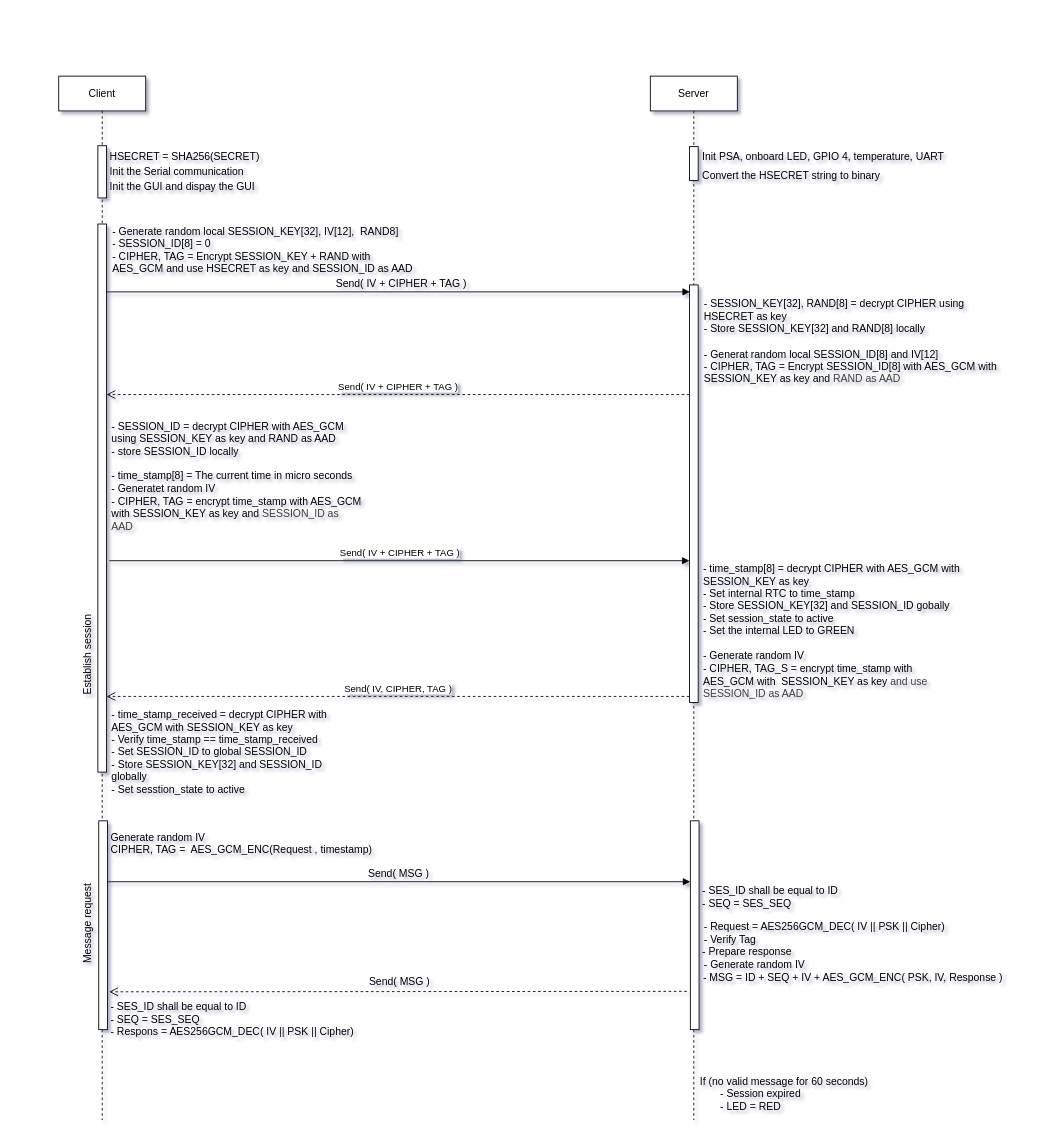
Above: documents/sequens_diagram.drawio in AlexanderKimfors/Exam_security (draw.io), before the change. Source tidied: cells renumbered, new cells numbered last; positions are measured from the earlier drawing's top-left corner, leaving out a move shared by most shapes. Both pictures are drawn from the tidied source at 87%, with x=0, y=0 at pixel (-342, 15).
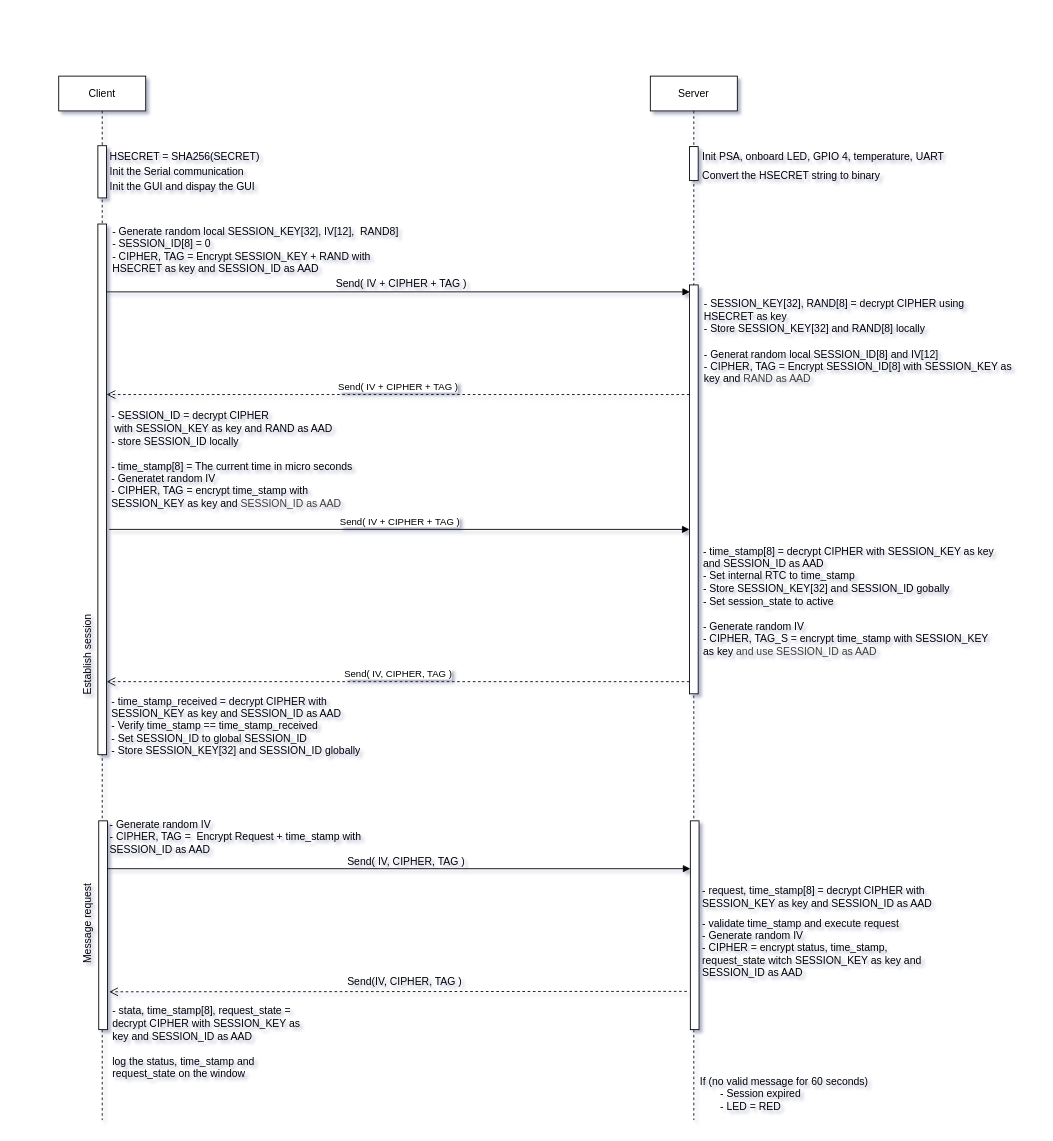
The same page after the edit.

The change refers to these unchanged cells:
```xml
<mxCell id="2" value="Client" style="shape=umlLifeline;perimeter=lifelinePerimeter;whiteSpace=wrap;html=1;newEdgeStyle={&quot;curved&quot;:0,&quot;rounded&quot;:0};" parent="1" vertex="1">
  <mxGeometry x="460" y="70" width="100" height="1200" as="geometry" />
</mxCell>
<mxCell id="6" value="Server" style="shape=umlLifeline;perimeter=lifelinePerimeter;whiteSpace=wrap;html=1;newEdgeStyle={&quot;curved&quot;:0,&quot;rounded&quot;:0};" parent="1" vertex="1">
  <mxGeometry x="1140" y="70" width="100" height="1200" as="geometry" />
</mxCell>
```

Diff of the diagram source:
```diff
@@
     <mxCell id="4" style="html=1;perimeter=orthogonalPerimeter;targetShapes=umlLifeline;newEdgeStyle={&quot;curved&quot;:0,&quot;rounded&quot;:0};" parent="2" vertex="1">
-      <mxGeometry x="45" y="170" width="10" height="630" as="geometry" />
+      <mxGeometry x="45" y="170" width="10" height="610" as="geometry" />
     </mxCell>
@@
     <mxCell id="7" style="html=1;perimeter=orthogonalPerimeter;targetShapes=umlLifeline;newEdgeStyle={&quot;curved&quot;:0,&quot;rounded&quot;:0};" parent="6" vertex="1">
-      <mxGeometry x="45" y="240" width="10" height="480" as="geometry" />
+      <mxGeometry x="45" y="240" width="10" height="470" as="geometry" />
     </mxCell>
@@
-    <mxCell id="17" value="Generate random IV&lt;div&gt;&lt;span style=&quot;color: rgb(0, 0, 0);&quot;&gt;CIPHER, TAG =&amp;nbsp; AES_GCM_ENC(Request , timestamp)&lt;/span&gt;&lt;/div&gt;&lt;div&gt;&lt;span style=&quot;color: rgb(0, 0, 0);&quot;&gt;&lt;br&gt;&lt;/span&gt;&lt;/div&gt;" style="text;html=1;align=left;verticalAlign=middle;whiteSpace=wrap;rounded=0;" parent="1" vertex="1">
-      <mxGeometry x="518" y="920" width="312" height="80" as="geometry" />
+    <mxCell id="17" value="- Generate random IV&lt;div&gt;&lt;span style=&quot;color: rgb(0, 0, 0);&quot;&gt;- CIPHER, TAG =&amp;nbsp; Encrypt Request + time_stamp with&amp;nbsp; SESSION_ID as AAD&lt;/span&gt;&lt;/div&gt;&lt;div&gt;&lt;span style=&quot;color: rgb(0, 0, 0);&quot;&gt;&lt;br&gt;&lt;/span&gt;&lt;/div&gt;" style="text;html=1;align=left;verticalAlign=middle;whiteSpace=wrap;rounded=0;" parent="1" vertex="1">
+      <mxGeometry x="517" y="927" width="312" height="50" as="geometry" />
     </mxCell>
     <mxCell id="18" style="html=1;verticalAlign=bottom;endArrow=block;curved=0;rounded=0;exitX=1;exitY=0;exitDx=0;exitDy=5;exitPerimeter=0;" parent="1" edge="1">
       <mxGeometry x="-0.03" y="7" relative="1" as="geometry">
-        <mxPoint x="516" y="996" as="sourcePoint" />
-        <mxPoint x="1186" y="996" as="targetPoint" />
+        <mxPoint x="516" y="981" as="sourcePoint" />
+        <mxPoint x="1186" y="981" as="targetPoint" />
       </mxGeometry>
     </mxCell>
-    <mxCell id="19" value="- Request = AES256GCM_DEC( IV || PSK || Cipher)" style="text;html=1;align=left;verticalAlign=middle;whiteSpace=wrap;rounded=0;" parent="1" vertex="1">
-      <mxGeometry x="1200" y="1038" width="292" height="20" as="geometry" />
-    </mxCell>
-    <mxCell id="20" value="&lt;div&gt;- SES_ID shall be equal to ID&lt;/div&gt;&lt;div&gt;- SEQ = SES_SEQ&lt;/div&gt;" style="text;html=1;align=left;verticalAlign=middle;whiteSpace=wrap;rounded=0;" parent="1" vertex="1">
-      <mxGeometry x="1198" y="989" width="263" height="50" as="geometry" />
+    <mxCell id="20" value="&lt;div&gt;- request, time_stamp[8] = decrypt CIPHER with SESSION_KEY as key and SESSION_ID as AAD&lt;/div&gt;" style="text;html=1;align=left;verticalAlign=middle;whiteSpace=wrap;rounded=0;" parent="1" vertex="1">
+      <mxGeometry x="1198" y="989" width="292" height="50" as="geometry" />
     </mxCell>
-    <mxCell id="21" value="- Generate random IV" style="text;html=1;align=left;verticalAlign=middle;whiteSpace=wrap;rounded=0;" parent="1" vertex="1">
-      <mxGeometry x="1200" y="1082" width="131" height="20" as="geometry" />
-    </mxCell>
@@
-    <mxCell id="26" value="Send( MSG )" style="text;html=1;align=left;verticalAlign=middle;whiteSpace=wrap;rounded=0;" parent="1" vertex="1">
-      <mxGeometry x="814" y="977" width="74" height="20" as="geometry" />
+    <mxCell id="26" value="Send( IV, CIPHER, TAG )" style="text;html=1;align=left;verticalAlign=middle;whiteSpace=wrap;rounded=0;" parent="1" vertex="1">
+      <mxGeometry x="790" y="963" width="140" height="20" as="geometry" />
     </mxCell>
-    <mxCell id="27" value="Send( MSG )" style="text;html=1;align=left;verticalAlign=middle;whiteSpace=wrap;rounded=0;" parent="1" vertex="1">
-      <mxGeometry x="815" y="1101" width="81" height="20" as="geometry" />
+    <mxCell id="27" value="Send(IV, CIPHER, TAG )" style="text;html=1;align=left;verticalAlign=middle;whiteSpace=wrap;rounded=0;" parent="1" vertex="1">
+      <mxGeometry x="790" y="1101" width="135" height="20" as="geometry" />
     </mxCell>
-    <mxCell id="28" value="- Verify Tag" style="text;html=1;align=left;verticalAlign=middle;whiteSpace=wrap;rounded=0;" parent="1" vertex="1">
-      <mxGeometry x="1200" y="1053" width="80" height="20" as="geometry" />
-    </mxCell>
-    <mxCell id="29" value="- Prepare response" style="text;html=1;align=left;verticalAlign=middle;whiteSpace=wrap;rounded=0;" parent="1" vertex="1">
-      <mxGeometry x="1198" y="1067" width="110" height="20" as="geometry" />
+    <mxCell id="29" value="- validate time_stamp and execute request&lt;div&gt;&lt;font color=&quot;#000000&quot;&gt;- Generate random IV&lt;br&gt;&lt;/font&gt;&lt;div&gt;- CIPHER = encrypt status, time_stamp, request_state witch SESSION_KEY as key and SESSION_ID as AAD&lt;/div&gt;&lt;/div&gt;" style="text;html=1;align=left;verticalAlign=middle;whiteSpace=wrap;rounded=0;" parent="1" vertex="1">
+      <mxGeometry x="1198" y="1034" width="282" height="76" as="geometry" />
     </mxCell>
-    <mxCell id="30" value="- MSG = ID + SEQ + IV + AES_GCM_ENC( PSK, IV, Response )" style="text;html=1;align=left;verticalAlign=middle;whiteSpace=wrap;rounded=0;" parent="1" vertex="1">
-      <mxGeometry x="1199" y="1097" width="350" height="20" as="geometry" />
-    </mxCell>
-    <mxCell id="31" value="&lt;div&gt;- SES_ID shall be equal to ID&lt;/div&gt;&lt;div&gt;- SEQ = SES_SEQ&lt;/div&gt;" style="text;html=1;align=left;verticalAlign=middle;whiteSpace=wrap;rounded=0;" parent="1" vertex="1">
-      <mxGeometry x="518" y="1132" width="174" height="30" as="geometry" />
+    <mxCell id="31" value="&lt;div&gt;- stata, time_stamp[8], request_state = decrypt CIPHER with SESSION_KEY as key and SESSION_ID as AAD&lt;/div&gt;&lt;div&gt;&lt;br&gt;&lt;/div&gt;&lt;div&gt;log the status, time_stamp and request_state on the window&lt;/div&gt;" style="text;html=1;align=left;verticalAlign=middle;whiteSpace=wrap;rounded=0;" parent="1" vertex="1">
+      <mxGeometry x="520" y="1132" width="220" height="98" as="geometry" />
     </mxCell>
-    <mxCell id="32" value="- Respons = AES256GCM_DEC( IV || PSK || Cipher)" style="text;html=1;align=left;verticalAlign=middle;whiteSpace=wrap;rounded=0;" parent="1" vertex="1">
-      <mxGeometry x="518" y="1159" width="292" height="20" as="geometry" />
-    </mxCell>
@@
     <mxCell id="38" value="Send( IV + CIPHER + TAG )" style="html=1;verticalAlign=bottom;endArrow=block;curved=0;rounded=0;" parent="1" edge="1">
       <mxGeometry relative="1" as="geometry">
-        <mxPoint x="518" y="627" as="sourcePoint" />
-        <mxPoint x="1185" y="627" as="targetPoint" />
+        <mxPoint x="518" y="591" as="sourcePoint" />
+        <mxPoint x="1185" y="591" as="targetPoint" />
       </mxGeometry>
     </mxCell>
     <mxCell id="39" value="Send( IV, CIPHER, TAG )" style="html=1;verticalAlign=bottom;endArrow=open;dashed=1;endSize=8;curved=0;rounded=0;" parent="1" edge="1">
       <mxGeometry relative="1" as="geometry">
-        <mxPoint x="1185" y="783" as="sourcePoint" />
-        <mxPoint x="515" y="783" as="targetPoint" />
+        <mxPoint x="1185" y="766" as="sourcePoint" />
+        <mxPoint x="515" y="766" as="targetPoint" />
         <Array as="points">
-          <mxPoint x="930" y="783" />
+          <mxPoint x="930" y="766" />
         </Array>
       </mxGeometry>
     </mxCell>
-    <mxCell id="40" value="&lt;span style=&quot;color: rgb(0, 0, 0);&quot;&gt;- Generate random local SESSION_KEY[32], IV[12],&amp;nbsp; RAND8]&lt;/span&gt;&lt;div&gt;&lt;div&gt;- SESSION_ID[8] = 0&lt;/div&gt;&lt;/div&gt;&lt;div&gt;- CIPHER, TAG = Encrypt SESSION_KEY + RAND with AES_GCM and use HSECRET as key and SESSION_ID as AAD&lt;/div&gt;" style="text;html=1;align=left;verticalAlign=middle;whiteSpace=wrap;rounded=0;" parent="1" vertex="1">
+    <mxCell id="40" value="&lt;span style=&quot;color: rgb(0, 0, 0);&quot;&gt;- Generate random local SESSION_KEY[32], IV[12],&amp;nbsp; RAND8]&lt;/span&gt;&lt;div&gt;&lt;div&gt;- SESSION_ID[8] = 0&lt;/div&gt;&lt;/div&gt;&lt;div&gt;- CIPHER, TAG = Encrypt SESSION_KEY + RAND with HSECRET as key and SESSION_ID as AAD&lt;/div&gt;" style="text;html=1;align=left;verticalAlign=middle;whiteSpace=wrap;rounded=0;" parent="1" vertex="1">
       <mxGeometry x="520" y="240" width="350" height="60" as="geometry" />
     </mxCell>
-    <mxCell id="41" value="&lt;div&gt;- SESSION_KEY[32], RAND[8] = decrypt CIPHER using HSECRET as key&lt;/div&gt;&lt;div&gt;- Store SESSION_KEY[32] and RAND[8] locally&lt;/div&gt;&lt;div&gt;&lt;br&gt;&lt;/div&gt;&lt;div&gt;- Generat random local SESSION_ID[8] and IV[12]&lt;/div&gt;&lt;div&gt;- CIPHER, TAG = Encrypt SESSION_ID[8] with AES_GCM with SESSION_KEY as key and&lt;span style=&quot;color: rgb(63, 63, 63); background-color: transparent;&quot;&gt;&amp;nbsp;RAND as AAD&lt;/span&gt;&lt;/div&gt;" style="text;html=1;align=left;verticalAlign=middle;whiteSpace=wrap;rounded=0;" parent="1" vertex="1">
+    <mxCell id="41" value="&lt;div&gt;- SESSION_KEY[32], RAND[8] = decrypt CIPHER using HSECRET as key&lt;/div&gt;&lt;div&gt;- Store SESSION_KEY[32] and RAND[8] locally&lt;/div&gt;&lt;div&gt;&lt;br&gt;&lt;/div&gt;&lt;div&gt;- Generat random local SESSION_ID[8] and IV[12]&lt;/div&gt;&lt;div&gt;- CIPHER, TAG = Encrypt SESSION_ID[8] with SESSION_KEY as key and&lt;span style=&quot;color: rgb(63, 63, 63); background-color: transparent;&quot;&gt;&amp;nbsp;RAND as AAD&lt;/span&gt;&lt;/div&gt;" style="text;html=1;align=left;verticalAlign=middle;whiteSpace=wrap;rounded=0;" parent="1" vertex="1">
       <mxGeometry x="1200" y="320" width="356.5" height="110" as="geometry" />
     </mxCell>
-    <mxCell id="42" value="- SESSION_ID = decrypt CIPHER with AES_GCM using SESSION_KEY as key and RAND as AAD&lt;div&gt;- store SESSION_ID locally&lt;/div&gt;&lt;div&gt;&lt;br&gt;&lt;/div&gt;&lt;div&gt;- time_stamp[8] = The current time in micro seconds&lt;/div&gt;&lt;div&gt;- Generatet random IV&lt;/div&gt;&lt;div&gt;- CIPHER, TAG = encrypt time_stamp with AES_GCM with SESSION_KEY as key and&amp;nbsp;&lt;span style=&quot;color: rgb(63, 63, 63); background-color: transparent;&quot;&gt;SESSION_ID as AAD&lt;/span&gt;&lt;/div&gt;" style="text;html=1;align=left;verticalAlign=middle;whiteSpace=wrap;rounded=0;" parent="1" vertex="1">
-      <mxGeometry x="519" y="450" width="290" height="160" as="geometry" />
+    <mxCell id="42" value="- SESSION_ID = decrypt CIPHER&amp;nbsp;&lt;div&gt;&amp;nbsp;with SESSION_KEY as key and RAND as AAD&lt;div&gt;- store SESSION_ID locally&lt;/div&gt;&lt;div&gt;&lt;br&gt;&lt;/div&gt;&lt;div&gt;- time_stamp[8] = The current time in micro seconds&lt;/div&gt;&lt;div&gt;- Generatet random IV&lt;/div&gt;&lt;div&gt;- CIPHER, TAG = encrypt time_stamp with SESSION_KEY as key and&amp;nbsp;&lt;span style=&quot;color: rgb(63, 63, 63); background-color: transparent;&quot;&gt;SESSION_ID as AAD&lt;/span&gt;&lt;/div&gt;&lt;/div&gt;" style="text;html=1;align=left;verticalAlign=middle;whiteSpace=wrap;rounded=0;" parent="1" vertex="1">
+      <mxGeometry x="519" y="441" width="290" height="139" as="geometry" />
     </mxCell>
-    <mxCell id="43" value="- time_stamp[8] = decrypt CIPHER with AES_GCM with SESSION_KEY as key&lt;div&gt;- Set internal RTC to time_stamp&lt;/div&gt;&lt;div&gt;- Store SESSION_KEY[32] and SESSION_ID gobally&lt;/div&gt;&lt;div&gt;- Set session_state to active&lt;/div&gt;&lt;div&gt;- Set the internal LED to GREEN&lt;/div&gt;&lt;div&gt;&lt;br&gt;&lt;/div&gt;&lt;div&gt;- Generate random IV&lt;/div&gt;&lt;div&gt;- CIPHER, TAG_S = encrypt time_stamp with AES_GCM with&amp;nbsp;&lt;span style=&quot;background-color: transparent;&quot;&gt;&amp;nbsp;SESSION_KEY as key&amp;nbsp;&lt;/span&gt;&lt;span style=&quot;color: rgb(63, 63, 63); background-color: transparent;&quot;&gt;and use SESSION_ID as AAD&lt;/span&gt;&lt;/div&gt;&lt;div&gt;&lt;br&gt;&lt;/div&gt;" style="text;html=1;align=left;verticalAlign=middle;whiteSpace=wrap;rounded=0;" parent="1" vertex="1">
-      <mxGeometry x="1199" y="630" width="300" height="170" as="geometry" />
+    <mxCell id="43" value="- time_stamp[8] = decrypt CIPHER with SESSION_KEY as key and SESSION_ID as AAD&lt;div&gt;- Set internal RTC to time_stamp&lt;/div&gt;&lt;div&gt;- Store SESSION_KEY[32] and SESSION_ID gobally&lt;/div&gt;&lt;div&gt;- Set session_state to active&lt;/div&gt;&lt;div&gt;&lt;br&gt;&lt;/div&gt;&lt;div&gt;- Generate random IV&lt;/div&gt;&lt;div&gt;- CIPHER, TAG_S = encrypt time_stamp with&lt;span style=&quot;background-color: transparent;&quot;&gt;&amp;nbsp;SESSION_KEY as key&amp;nbsp;&lt;/span&gt;&lt;span style=&quot;color: rgb(63, 63, 63); background-color: transparent;&quot;&gt;and use SESSION_ID as AAD&lt;/span&gt;&lt;/div&gt;&lt;div&gt;&lt;br&gt;&lt;/div&gt;" style="text;html=1;align=left;verticalAlign=middle;whiteSpace=wrap;rounded=0;" parent="1" vertex="1">
+      <mxGeometry x="1199" y="596" width="341" height="170" as="geometry" />
     </mxCell>
-    <mxCell id="44" value="- time_stamp_received = decrypt CIPHER with AES_GCM with SESSION_KEY as key&lt;div&gt;- Verify time_stamp == time_stamp_received&lt;/div&gt;&lt;div&gt;- Set SESSION_ID to global SESSION_ID&lt;/div&gt;&lt;div&gt;- Store SESSION_KEY[32] and SESSION_ID globally&lt;/div&gt;&lt;div&gt;- Set sesstion_state to active&lt;/div&gt;" style="text;html=1;align=left;verticalAlign=middle;whiteSpace=wrap;rounded=0;" parent="1" vertex="1">
-      <mxGeometry x="519" y="793" width="261" height="107" as="geometry" />
+    <mxCell id="44" value="- time_stamp_received = decrypt CIPHER with SESSION_KEY as key and SESSION_ID as AAD&lt;div&gt;- Verify time_stamp == time_stamp_received&lt;/div&gt;&lt;div&gt;- Set SESSION_ID to global SESSION_ID&lt;/div&gt;&lt;div&gt;- Store SESSION_KEY[32] and SESSION_ID globally&lt;/div&gt;" style="text;html=1;align=left;verticalAlign=middle;whiteSpace=wrap;rounded=0;" parent="1" vertex="1">
+      <mxGeometry x="519" y="777" width="291" height="79" as="geometry" />
     </mxCell>
```
